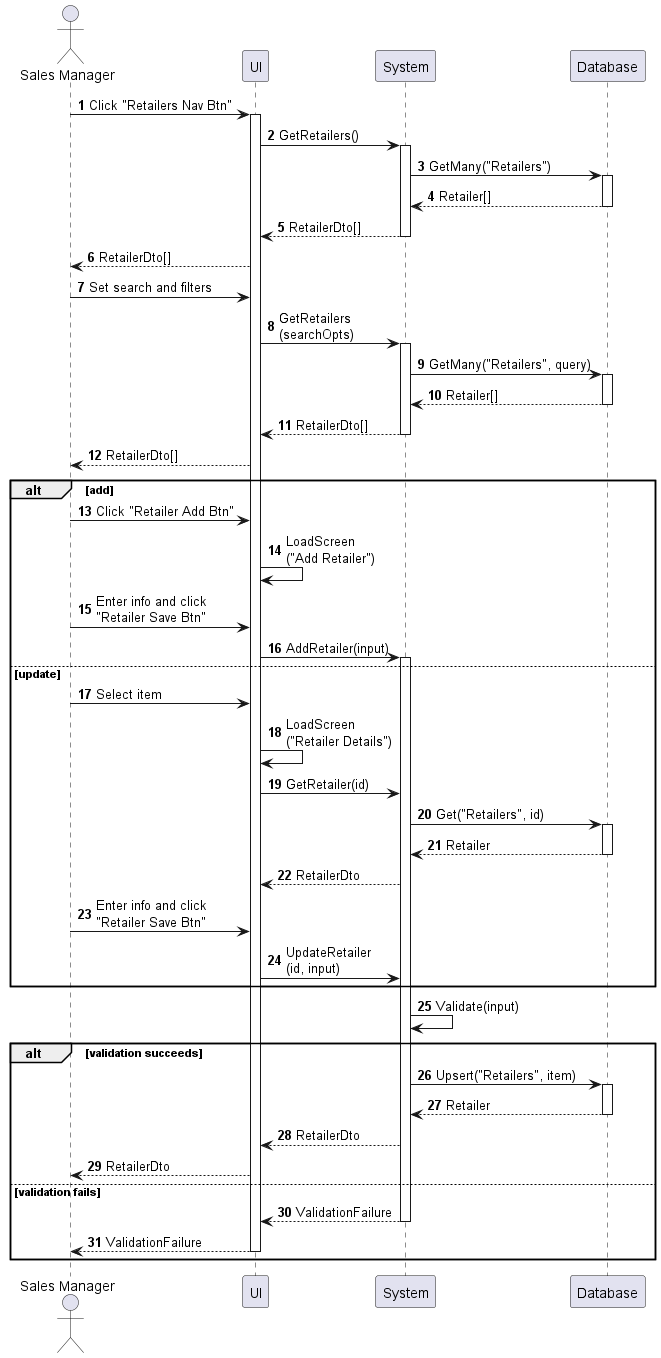
Earlier version of the PlantUML export sequences/retailer-enter.png (phihungha/scmss-reqs).
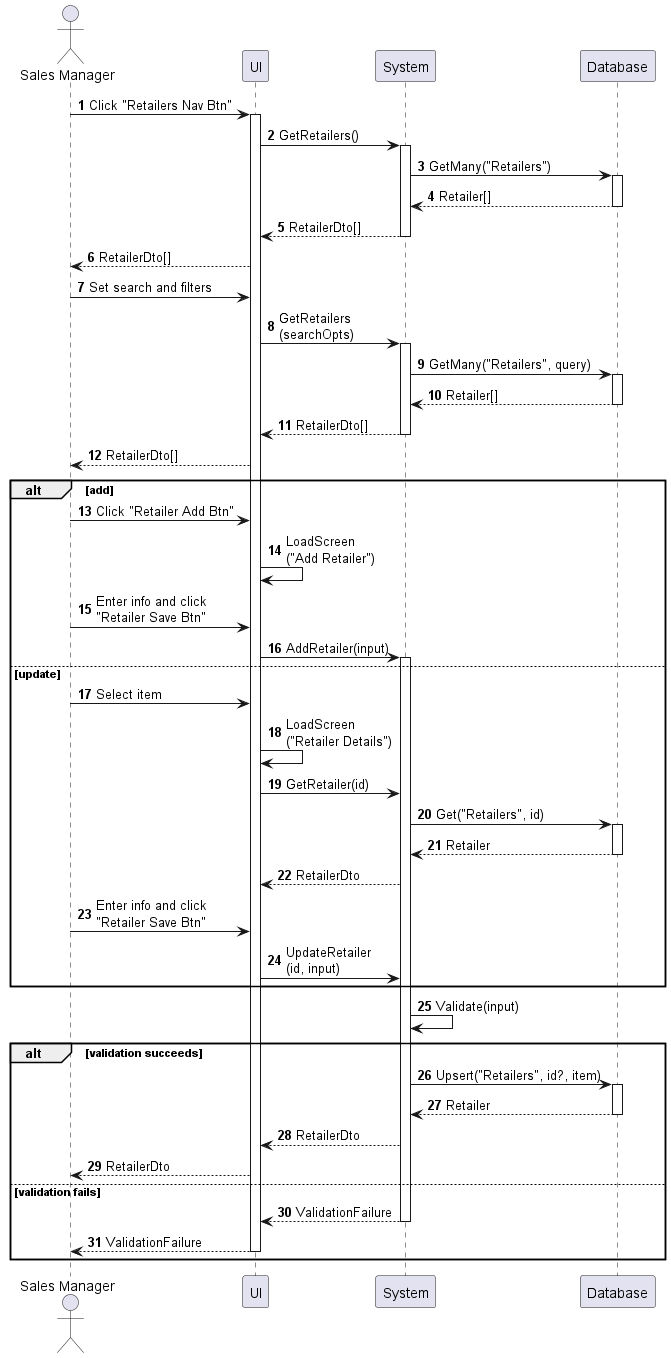
The same diagram one commit later.

What changed in the source:
```diff
@@ -45,7 +45,7 @@
 b -> b : Validate(input)
 
 alt validation succeeds
-    b -> d : Upsert("Retailers", item)
+    b -> d : Upsert("Retailers", id?, item)
     activate d
     return Retailer
     b --> f : RetailerDto
```
